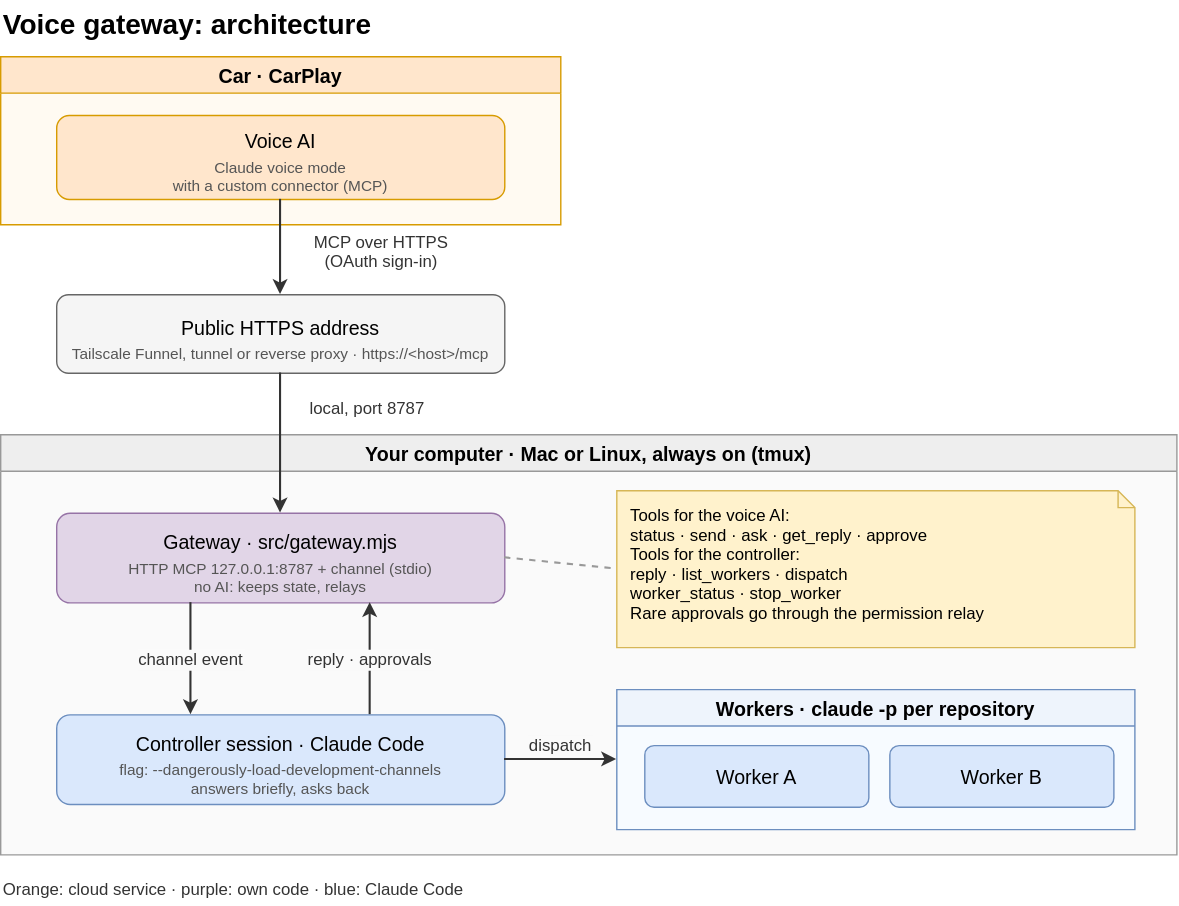
This is docs/architecture.drawio.svg from alderg/cc-voice-gateway, a draw.io export, as it was before one commit. Source tidied: cells renumbered, new cells last; positions are measured from the earlier drawing's top-left corner, leaving out a move shared by most shapes.
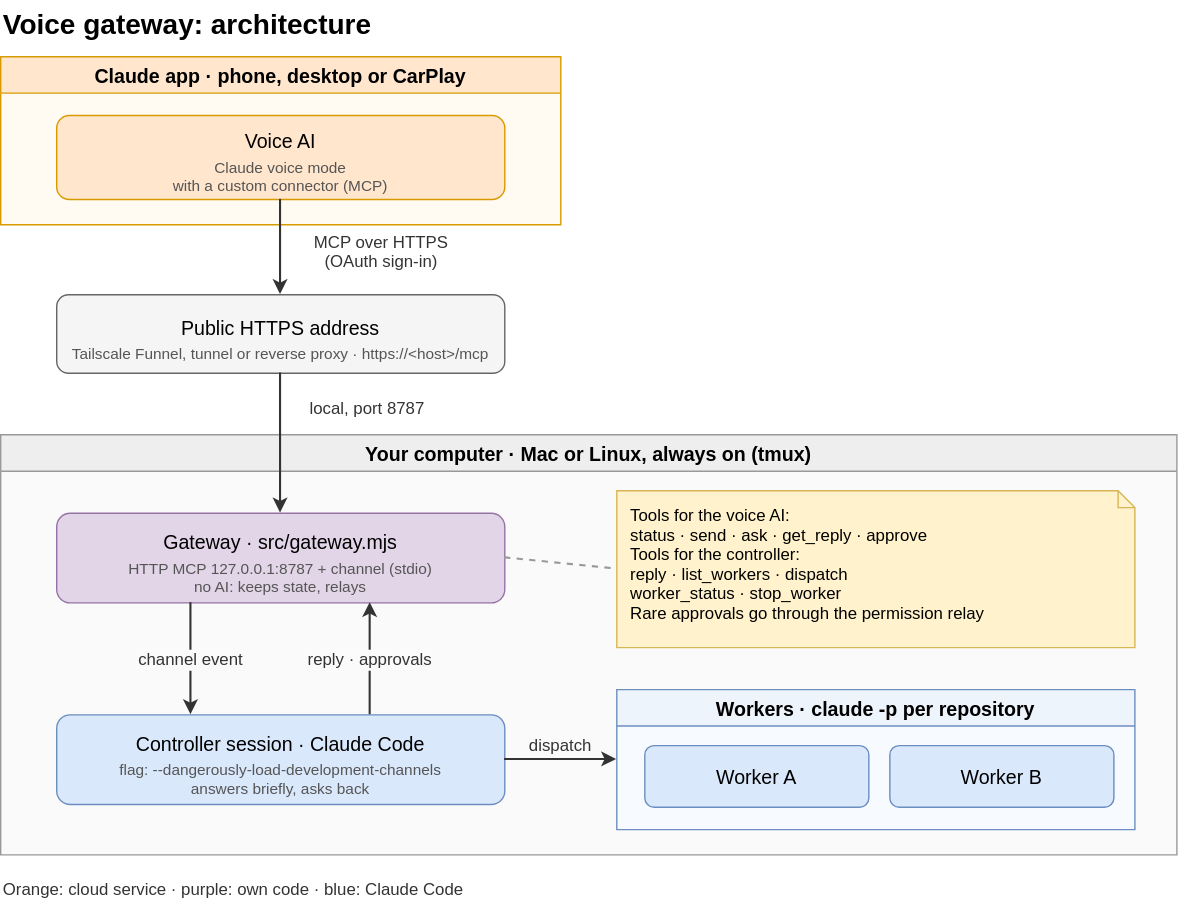
Above is the later version.

Commit message:
README and diagrams: talking to Claude in general, CarPlay as one example

What changed in the source:
```diff
@@ -5,7 +5,7 @@
     <mxCell id="2" value="Voice gateway: architecture" style="text;html=0;fontSize=20;align=left;verticalAlign=middle;strokeColor=none;fillColor=none;fontStyle=1;fontColor=#000000;" parent="1" vertex="1">
       <mxGeometry width="840" height="30" as="geometry" />
     </mxCell>
-    <mxCell id="3" value="Car · CarPlay" style="swimlane;startSize=26;html=0;fontSize=14;fontStyle=1;fillColor=#ffe6cc;strokeColor=#d79b00;swimlaneFillColor=#fffaf2;rounded=0;" parent="1" vertex="1">
+    <mxCell id="3" value="Claude app · phone, desktop or CarPlay" style="swimlane;startSize=26;html=0;fontSize=14;fontStyle=1;fillColor=#ffe6cc;strokeColor=#d79b00;swimlaneFillColor=#fffaf2;rounded=0;" parent="1" vertex="1">
       <mxGeometry y="40" width="400" height="120" as="geometry" />
     </mxCell>
     <mxCell id="4" value="Voice AI" style="rounded=1;html=0;fontSize=14;fillColor=#ffe6cc;strokeColor=#d79b00;fontStyle=0;verticalAlign=top;spacingTop=4.9;" parent="3" vertex="1">
```
